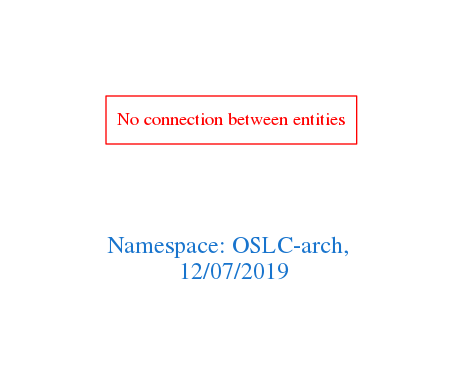
Before: downloads/OSLC-arch.png, a diagram exported from Graphviz (arago/OGIT). Its source is kept beside it as downloads/OSLC-arch.dot.
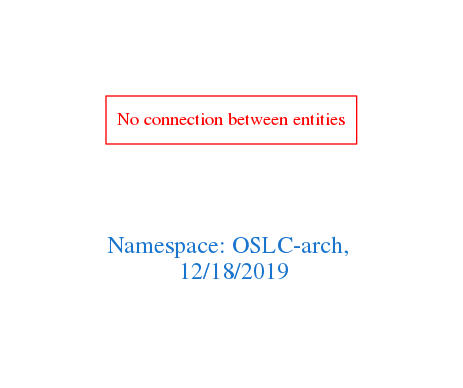
The same diagram one commit later.

Change to the diagram source:
```diff
@@ -1,7 +1,7 @@
 digraph OGIT_ontology {
  graph [ rankdir= LR,pad=1
 fontsize = 18,
-fontcolor= dodgerblue3,label = "\n\n\nNamespace: OSLC-arch, \n 12/07/2019"];
+fontcolor= dodgerblue3,label = "\n\n\nNamespace: OSLC-arch, \n 12/18/2019"];
 node[shape=polygon];
 edge [  color="gray81"];
 
```
